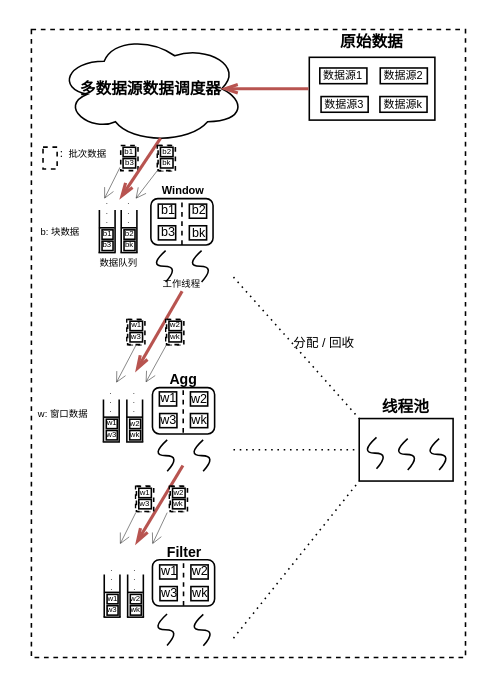
Above: patent2.drawio in LLThomas/LLThomas (draw.io), before the change. Source tidied: cells renumbered, new cells numbered last; positions are measured from the earlier drawing's top-left corner, leaving out a move shared by most shapes. Both pictures are drawn from the tidied source at 157%, with x=0, y=0 at pixel (25, 25).
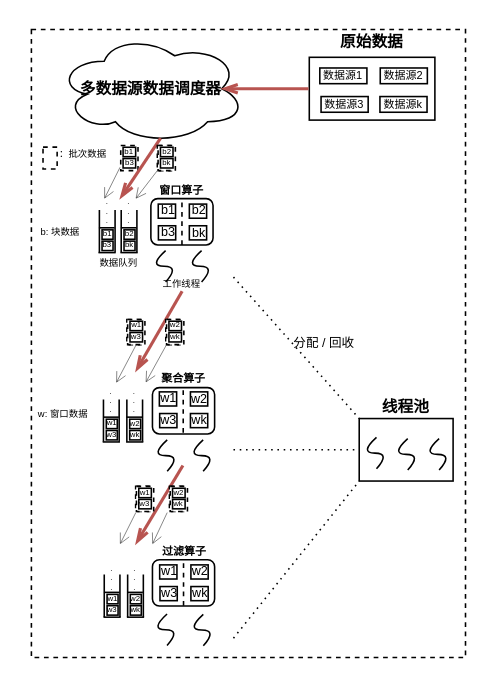
Above is the later version.

Diff of the diagram source:
```diff
@@
-    <mxCell id="15" value=" Window" style="text;strokeColor=none;fillColor=none;align=center;verticalAlign=middle;rounded=0;fontSize=7;fontStyle=1;" parent="1" vertex="1">
+    <mxCell id="15" value="窗口算子" style="text;strokeColor=none;fillColor=none;align=center;verticalAlign=middle;rounded=0;fontSize=7;fontStyle=1;" parent="1" vertex="1">
       <mxGeometry x="79.5" y="100" width="40" height="10" as="geometry" />
     </mxCell>
@@
-    <mxCell id="27" value="Agg" style="text;strokeColor=none;fillColor=none;align=center;verticalAlign=middle;rounded=0;fontSize=9;fontStyle=1;" parent="1" vertex="1">
+    <mxCell id="27" value="聚合算子" style="text;strokeColor=none;fillColor=none;align=center;verticalAlign=middle;rounded=0;fontSize=7;fontStyle=1;" parent="1" vertex="1">
       <mxGeometry x="80.6" y="220.1" width="40.1" height="10" as="geometry" />
     </mxCell>
@@
-    <mxCell id="31" value="Filter" style="text;strokeColor=none;fillColor=none;align=center;verticalAlign=middle;rounded=0;fontSize=9;fontStyle=1;" parent="1" vertex="1">
+    <mxCell id="31" value="过滤算子" style="text;strokeColor=none;fillColor=none;align=center;verticalAlign=middle;rounded=0;fontSize=7;fontStyle=1;" parent="1" vertex="1">
       <mxGeometry x="81.2" y="330" width="40.1" height="10" as="geometry" />
     </mxCell>
```
